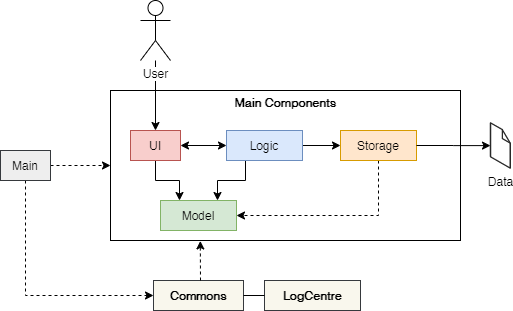
grrrrnt/main keeps this draw.io diagram as images/ArchitectureDiagram.png. Above is the earlier version. Source tidied: cells renumbered, new cells last; positions are measured from the earlier drawing's top-left corner, leaving out a move shared by most shapes.
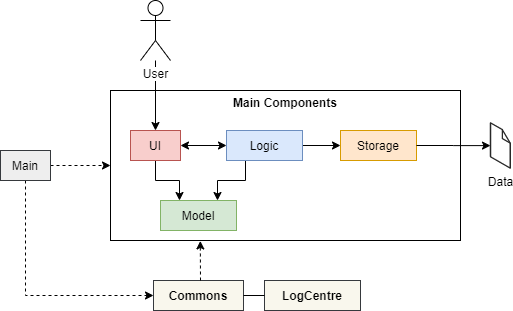
After the change.

Diff of the diagram source:
```diff
@@ -29,9 +29,6 @@
     <mxCell id="10" value="Model" style="rounded=0;whiteSpace=wrap;html=1;fillColor=#d5e8d4;strokeColor=#82b366;" parent="1" vertex="1">
       <mxGeometry x="160" y="200" width="76" height="30" as="geometry" />
     </mxCell>
-    <mxCell id="11" style="edgeStyle=orthogonalEdgeStyle;rounded=0;jettySize=auto;html=1;exitX=0.5;exitY=1;exitDx=0;exitDy=0;entryX=1;entryY=0.5;entryDx=0;entryDy=0;dashed=1;" parent="1" edge="1" source="12" target="10">
-      <mxGeometry relative="1" as="geometry" />
-    </mxCell>
     <mxCell id="12" value="Storage" style="rounded=0;whiteSpace=wrap;html=1;fillColor=#ffe6cc;strokeColor=#d79b00;" parent="1" vertex="1">
       <mxGeometry x="340" y="130" width="76" height="30" as="geometry" />
     </mxCell>
```
